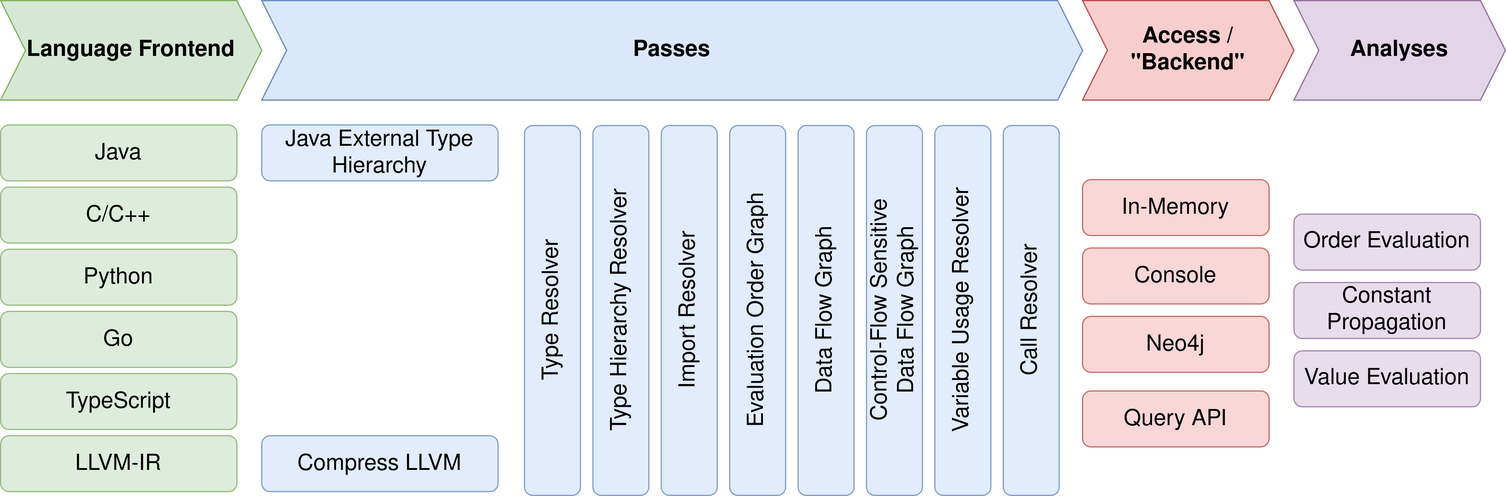
Earlier version of the draw.io export docs/docs/assets/img/cpg-flow.png (Fraunhofer-AISEC/cpg). Source tidied: cells renumbered, new cells last; positions are measured from the earlier drawing's top-left corner, leaving out a move shared by most shapes.
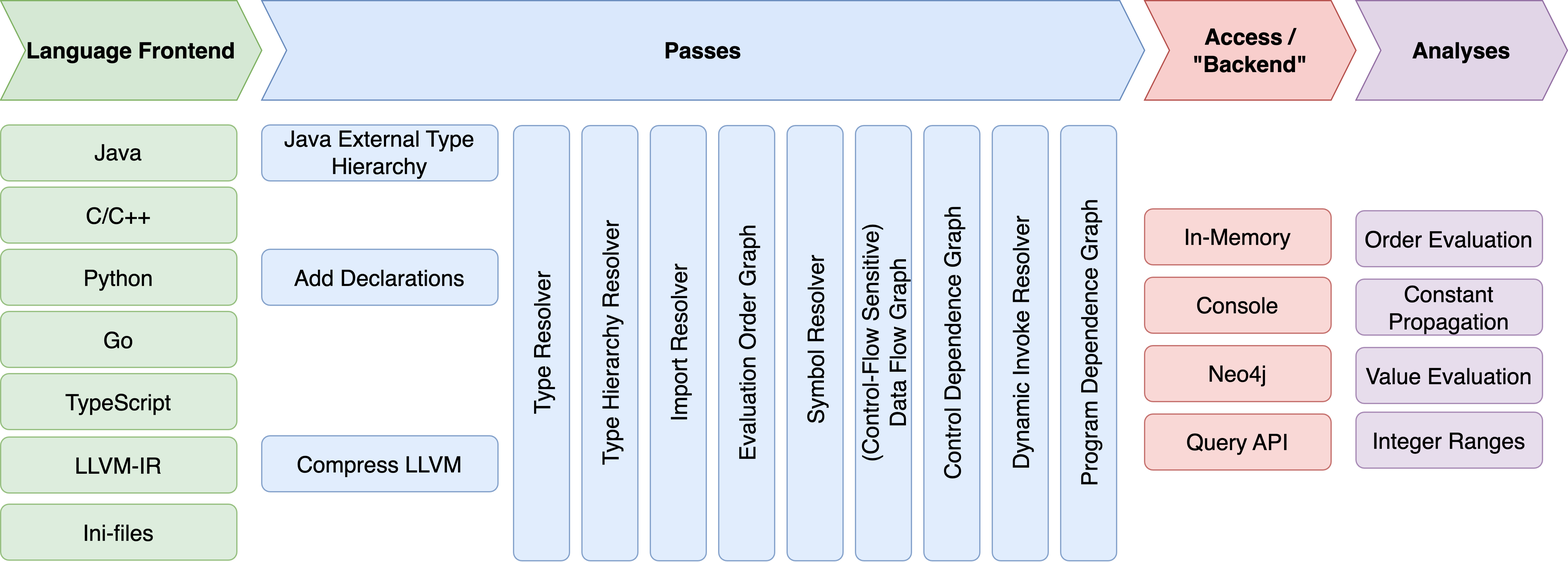
Later version of the same file.

Commit message:
Update figure of workflow

Diff of the diagram source:
```diff
@@ -6,7 +6,7 @@
       <mxGeometry width="210" height="80" as="geometry" />
     </mxCell>
     <mxCell id="3" value="&lt;font style=&quot;font-size: 18px;&quot;&gt;&lt;b&gt;Passes&lt;/b&gt;&lt;/font&gt;" style="shape=step;perimeter=stepPerimeter;whiteSpace=wrap;html=1;fixedSize=1;fillColor=#dae8fc;strokeColor=#6c8ebf;" parent="1" vertex="1">
-      <mxGeometry x="210" width="660" height="80" as="geometry" />
+      <mxGeometry x="210" width="710" height="80" as="geometry" />
     </mxCell>
     <mxCell id="4" value="Java" style="rounded=1;whiteSpace=wrap;html=1;fontSize=18;fillColor=#d5e8d4;strokeColor=#82b366;opacity=80;" parent="1" vertex="1">
       <mxGeometry y="100" width="190" height="45" as="geometry" />
@@ -24,7 +24,7 @@
       <mxGeometry y="300" width="190" height="45" as="geometry" />
     </mxCell>
     <mxCell id="9" value="LLVM-IR" style="rounded=1;whiteSpace=wrap;html=1;fontSize=18;fillColor=#d5e8d4;strokeColor=#82b366;opacity=80;" parent="1" vertex="1">
-      <mxGeometry y="350" width="190" height="45" as="geometry" />
+      <mxGeometry y="351" width="190" height="45" as="geometry" />
     </mxCell>
     <mxCell id="10" value="Java External Type Hierarchy" style="rounded=1;whiteSpace=wrap;html=1;fontSize=18;fillColor=#dae8fc;strokeColor=#6c8ebf;opacity=80;" parent="1" vertex="1">
       <mxGeometry x="210" y="100" width="190" height="45" as="geometry" />
@@ -33,55 +33,67 @@
       <mxGeometry x="210" y="350" width="190" height="45" as="geometry" />
     </mxCell>
     <mxCell id="12" value="&lt;div&gt;Type Resolver&lt;/div&gt;" style="rounded=1;whiteSpace=wrap;html=1;fontSize=18;rotation=-90;fillColor=#dae8fc;strokeColor=#6c8ebf;opacity=80;" parent="1" vertex="1">
-      <mxGeometry x="295" y="226.8" width="297.5" height="45" as="geometry" />
+      <mxGeometry x="260" y="253" width="350" height="45" as="geometry" />
     </mxCell>
     <mxCell id="13" value="&lt;div&gt;Type Hierarchy Resolver&lt;/div&gt;" style="rounded=1;whiteSpace=wrap;html=1;fontSize=18;rotation=-90;fillColor=#dae8fc;strokeColor=#6c8ebf;opacity=80;" parent="1" vertex="1">
-      <mxGeometry x="350" y="226.8" width="297.5" height="45" as="geometry" />
+      <mxGeometry x="315" y="253" width="350" height="45" as="geometry" />
     </mxCell>
     <mxCell id="14" value="Import Resolver" style="rounded=1;whiteSpace=wrap;html=1;fontSize=18;rotation=-90;fillColor=#dae8fc;strokeColor=#6c8ebf;opacity=80;" parent="1" vertex="1">
-      <mxGeometry x="405" y="226.8" width="297.5" height="45" as="geometry" />
+      <mxGeometry x="370" y="253" width="350" height="45" as="geometry" />
     </mxCell>
     <mxCell id="15" value="&lt;div&gt;Evaluation Order Graph&lt;/div&gt;" style="rounded=1;whiteSpace=wrap;html=1;fontSize=18;rotation=-90;fillColor=#dae8fc;strokeColor=#6c8ebf;opacity=80;" parent="1" vertex="1">
-      <mxGeometry x="460" y="226.8" width="297.5" height="45" as="geometry" />
+      <mxGeometry x="425" y="253" width="350" height="45" as="geometry" />
     </mxCell>
-    <mxCell id="16" value="&lt;div&gt;Data Flow Graph&lt;/div&gt;" style="rounded=1;whiteSpace=wrap;html=1;fontSize=18;rotation=-90;fillColor=#dae8fc;strokeColor=#6c8ebf;opacity=80;" parent="1" vertex="1">
-      <mxGeometry x="515" y="226.8" width="297.5" height="45" as="geometry" />
+    <mxCell id="16" value="&amp;nbsp;Symbol Resolver" style="rounded=1;whiteSpace=wrap;html=1;fontSize=18;rotation=-90;fillColor=#dae8fc;strokeColor=#6c8ebf;opacity=80;" parent="1" vertex="1">
+      <mxGeometry x="480" y="253" width="350" height="45" as="geometry" />
     </mxCell>
-    <mxCell id="17" value="&lt;div&gt;Control-Flow Sensitive &lt;br&gt;&lt;/div&gt;&lt;div&gt;Data Flow Graph&lt;/div&gt;" style="rounded=1;whiteSpace=wrap;html=1;fontSize=18;rotation=-90;fillColor=#dae8fc;strokeColor=#6c8ebf;opacity=80;" parent="1" vertex="1">
-      <mxGeometry x="570" y="226.8" width="297.5" height="45" as="geometry" />
+    <mxCell id="17" value="(Control-Flow Sensitive)&lt;br&gt;Data Flow Graph" style="rounded=1;whiteSpace=wrap;html=1;fontSize=18;rotation=-90;fillColor=#dae8fc;strokeColor=#6c8ebf;opacity=80;" parent="1" vertex="1">
+      <mxGeometry x="535" y="253" width="350" height="45" as="geometry" />
     </mxCell>
-    <mxCell id="18" value="&lt;div&gt;Variable Usage Resolver&lt;/div&gt;" style="rounded=1;whiteSpace=wrap;html=1;fontSize=18;rotation=-90;fillColor=#dae8fc;strokeColor=#6c8ebf;opacity=80;" parent="1" vertex="1">
-      <mxGeometry x="625" y="226.8" width="297.5" height="45" as="geometry" />
+    <mxCell id="18" value="&lt;div&gt;Control Dependence Graph&lt;/div&gt;" style="rounded=1;whiteSpace=wrap;html=1;fontSize=18;rotation=-90;fillColor=#dae8fc;strokeColor=#6c8ebf;opacity=80;" parent="1" vertex="1">
+      <mxGeometry x="590" y="253" width="350" height="45" as="geometry" />
     </mxCell>
-    <mxCell id="19" value="&lt;div&gt;Call Resolver&lt;br&gt;&lt;/div&gt;" style="rounded=1;whiteSpace=wrap;html=1;fontSize=18;rotation=-90;fillColor=#dae8fc;strokeColor=#6c8ebf;opacity=80;" parent="1" vertex="1">
-      <mxGeometry x="680" y="226.8" width="297.5" height="45" as="geometry" />
+    <mxCell id="19" value="Dynamic Invoke Resolver" style="rounded=1;whiteSpace=wrap;html=1;fontSize=18;rotation=-90;fillColor=#dae8fc;strokeColor=#6c8ebf;opacity=80;" parent="1" vertex="1">
+      <mxGeometry x="645" y="253" width="350" height="45" as="geometry" />
     </mxCell>
     <mxCell id="20" value="&lt;b&gt;&lt;font style=&quot;font-size: 18px;&quot;&gt;Access / &quot;Backend&quot;&lt;br&gt;&lt;/font&gt;&lt;/b&gt;" style="shape=step;perimeter=stepPerimeter;whiteSpace=wrap;html=1;fixedSize=1;fillColor=#f8cecc;strokeColor=#b85450;" parent="1" vertex="1">
-      <mxGeometry x="870" width="170" height="80" as="geometry" />
+      <mxGeometry x="920" width="170" height="80" as="geometry" />
     </mxCell>
     <mxCell id="21" value="In-Memory" style="rounded=1;whiteSpace=wrap;html=1;fontSize=18;fillColor=#f8cecc;strokeColor=#b85450;opacity=80;" parent="1" vertex="1">
-      <mxGeometry x="870" y="144" width="150" height="45" as="geometry" />
+      <mxGeometry x="920" y="167.5" width="150" height="45" as="geometry" />
     </mxCell>
     <mxCell id="22" value="Console" style="rounded=1;whiteSpace=wrap;html=1;fontSize=18;fillColor=#f8cecc;strokeColor=#b85450;opacity=80;" parent="1" vertex="1">
-      <mxGeometry x="870" y="199" width="150" height="45" as="geometry" />
+      <mxGeometry x="920" y="222.5" width="150" height="45" as="geometry" />
     </mxCell>
     <mxCell id="23" value="Neo4j" style="rounded=1;whiteSpace=wrap;html=1;fontSize=18;fillColor=#f8cecc;strokeColor=#b85450;opacity=80;" parent="1" vertex="1">
-      <mxGeometry x="870" y="254" width="150" height="45" as="geometry" />
+      <mxGeometry x="920" y="277.5" width="150" height="45" as="geometry" />
     </mxCell>
     <mxCell id="24" value="Query API" style="rounded=1;whiteSpace=wrap;html=1;fontSize=18;fillColor=#f8cecc;strokeColor=#b85450;opacity=80;" parent="1" vertex="1">
-      <mxGeometry x="870" y="314" width="150" height="45" as="geometry" />
+      <mxGeometry x="920" y="332.5" width="150" height="45" as="geometry" />
     </mxCell>
     <mxCell id="25" value="&lt;b&gt;&lt;font style=&quot;font-size: 18px;&quot;&gt;Analyses&lt;/font&gt;&lt;/b&gt;" style="shape=step;perimeter=stepPerimeter;whiteSpace=wrap;html=1;fixedSize=1;fillColor=#e1d5e7;strokeColor=#9673a6;" parent="1" vertex="1">
-      <mxGeometry x="1040" width="170" height="80" as="geometry" />
+      <mxGeometry x="1090" width="170" height="80" as="geometry" />
     </mxCell>
     <mxCell id="26" value="Order Evaluation" style="rounded=1;whiteSpace=wrap;html=1;fontSize=18;fillColor=#e1d5e7;strokeColor=#9673a6;opacity=80;" parent="1" vertex="1">
-      <mxGeometry x="1040" y="171.8" width="150" height="45" as="geometry" />
+      <mxGeometry x="1090" y="169" width="150" height="45" as="geometry" />
     </mxCell>
     <mxCell id="27" value="Value Evaluation" style="rounded=1;whiteSpace=wrap;html=1;fontSize=18;fillColor=#e1d5e7;strokeColor=#9673a6;opacity=80;" parent="1" vertex="1">
-      <mxGeometry x="1040" y="281.8" width="150" height="45" as="geometry" />
+      <mxGeometry x="1090" y="279" width="150" height="45" as="geometry" />
     </mxCell>
     <mxCell id="28" value="Constant Propagation" style="rounded=1;whiteSpace=wrap;html=1;fontSize=18;fillColor=#e1d5e7;strokeColor=#9673a6;opacity=80;" parent="1" vertex="1">
-      <mxGeometry x="1040" y="226.8" width="150" height="45" as="geometry" />
+      <mxGeometry x="1090" y="224" width="150" height="45" as="geometry" />
     </mxCell>
+    <mxCell id="29" value="Ini-files" style="rounded=1;whiteSpace=wrap;html=1;fontSize=18;fillColor=#d5e8d4;strokeColor=#82b366;opacity=80;" parent="1" vertex="1">
+      <mxGeometry y="405" width="190" height="45" as="geometry" />
+    </mxCell>
+    <mxCell id="30" value="Add Declarations" style="rounded=1;whiteSpace=wrap;html=1;fontSize=18;fillColor=#dae8fc;strokeColor=#6c8ebf;opacity=80;" parent="1" vertex="1">
+      <mxGeometry x="210" y="200" width="190" height="45" as="geometry" />
+    </mxCell>
+    <mxCell id="31" value="Program Dependence Graph" style="rounded=1;whiteSpace=wrap;html=1;fontSize=18;rotation=-90;fillColor=#dae8fc;strokeColor=#6c8ebf;opacity=80;" parent="1" vertex="1">
+      <mxGeometry x="700" y="253" width="350" height="45" as="geometry" />
+    </mxCell>
+    <mxCell id="32" value="Integer Ranges" style="rounded=1;whiteSpace=wrap;html=1;fontSize=18;fillColor=#e1d5e7;strokeColor=#9673a6;opacity=80;" parent="1" vertex="1">
+      <mxGeometry x="1090" y="331" width="150" height="45" as="geometry" />
+    </mxCell>
   </root>
 </mxGraphModel>
```
